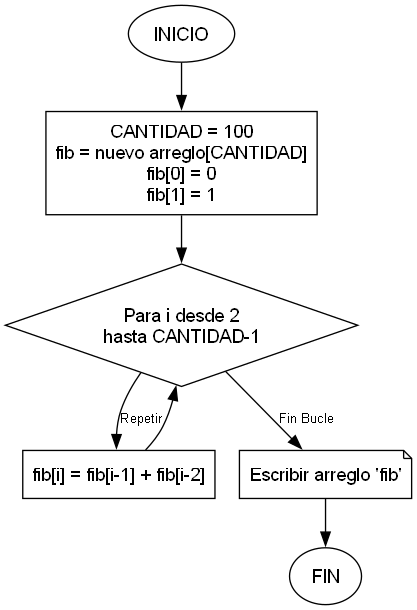
The Graphviz diagram Ejercicios/PS_4_6/Diagrama/PS_4_6.png in 23Leilany166/java-tutor-tics, before a commit. Its source is kept beside it as Ejercicios/PS_4_6/Diagrama/PS_4_6.dot.
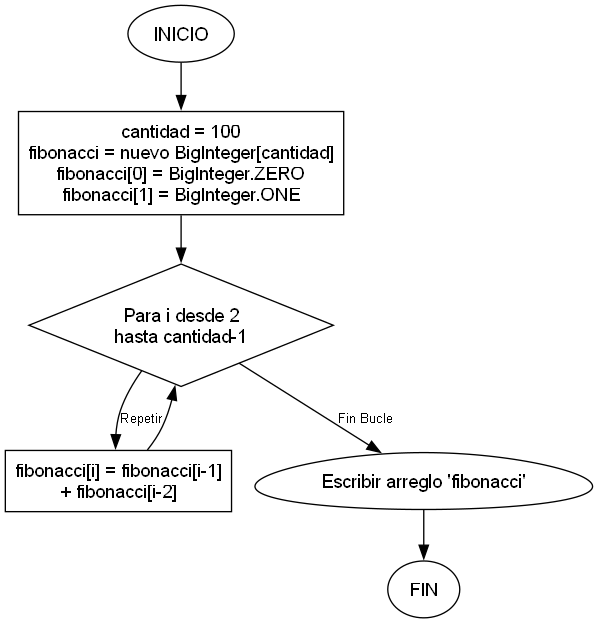
After the commit.

Change to the diagram source:
```diff
@@ -4,10 +4,10 @@
     edge [fontname="Arial", fontsize=10];
 
     INICIO [shape=ellipse, label="INICIO"];
-    INICIALIZAR [label="CANTIDAD = 100\nfib = nuevo arreglo[CANTIDAD]\nfib[0] = 0\nfib[1] = 1"];
-    BUCLE_FOR [shape=diamond, label="Para i desde 2\nhasta CANTIDAD-1"];
-    CALCULAR_FIB [label="fib[i] = fib[i-1] + fib[i-2]"];
-    IMPRIMIR [shape=note, label="Escribir arreglo 'fib'"];
+    INICIALIZAR [label="cantidad = 100\nfibonacci = nuevo BigInteger[cantidad]\nfibonacci[0] = BigInteger.ZERO\nfibonacci[1] = BigInteger.ONE"];
+    BUCLE_FOR [shape=diamond, label="Para i desde 2\nhasta cantidad-1"];
+    CALCULAR_FIB [label="fibonacci[i] = fibonacci[i-1]\n+ fibonacci[i-2]"];
+    IMPRIMIR [shape=egg, label="Escribir arreglo 'fibonacci'"];
     FIN [shape=ellipse, label="FIN"];
 
     INICIO -> INICIALIZAR;
```
